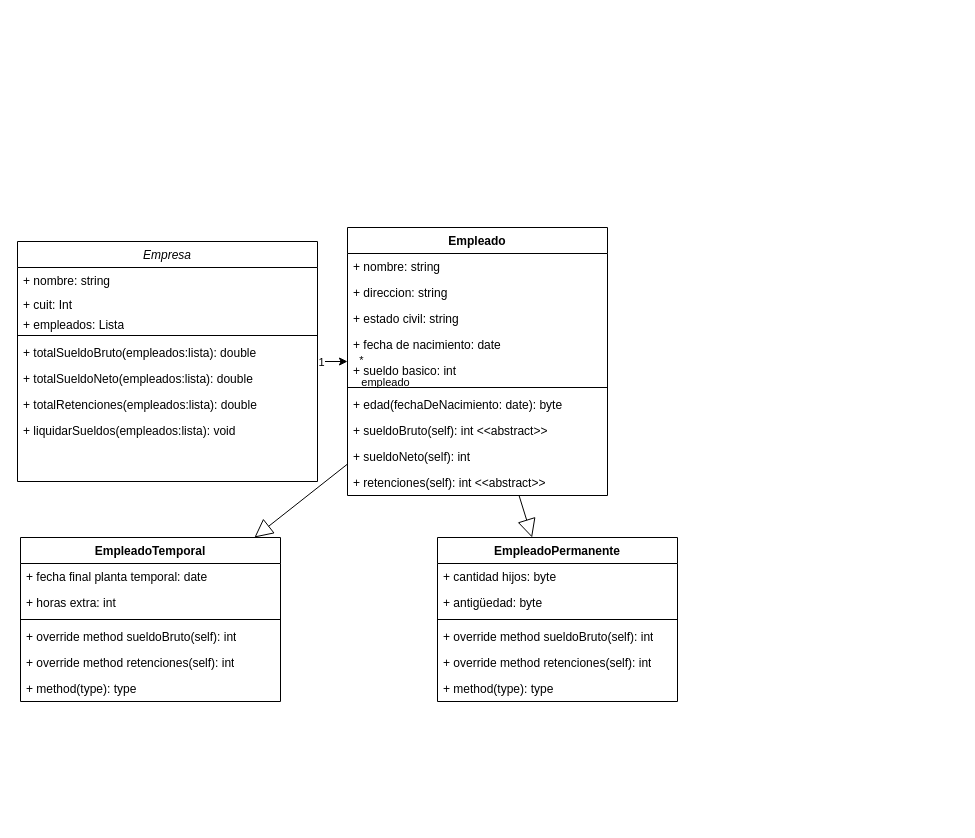
Before: Tp2-Ej1.drawio in Rodriexze/Objetos2, a draw.io diagram. Source tidied: cells renumbered, new cells numbered last; positions are measured from the earlier drawing's top-left corner, leaving out a move shared by most shapes. Both pictures are drawn from the tidied source at 100%, with x=0, y=0 at pixel (17, 227).
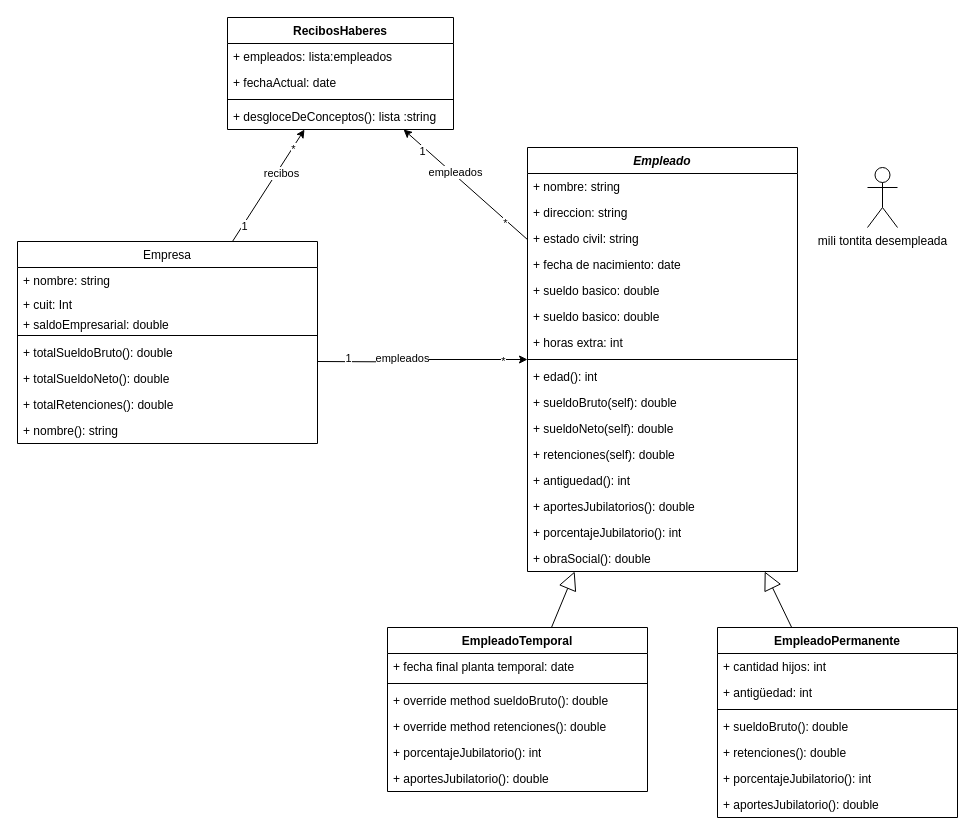
The same page after the edit.

Diff of the diagram source:
```diff
@@
-    <mxCell id="2" style="edgeStyle=orthogonalEdgeStyle;rounded=0;jettySize=auto;html=1;" parent="1" edge="1" source="6" target="15">
-      <mxGeometry relative="1" as="geometry" />
+    <mxCell id="2" style="edgeStyle=orthogonalEdgeStyle;rounded=0;jettySize=auto;html=1;" parent="1" edge="1" target="15">
+      <mxGeometry relative="1" as="geometry">
+        <mxPoint x="300" y="134" as="sourcePoint" />
+      </mxGeometry>
     </mxCell>
-    <mxCell id="3" value="empleado" style="edgeLabel;html=1;align=center;verticalAlign=middle;" parent="2" vertex="1">
+    <mxCell id="3" value="empleados" style="edgeLabel;html=1;align=center;verticalAlign=middle;" parent="2" vertex="1">
       <mxGeometry x="-0.77" relative="1" as="geometry">
-        <mxPoint x="61" y="20" as="offset" />
+        <mxPoint x="61" y="-4" as="offset" />
       </mxGeometry>
     </mxCell>
-    <mxCell id="4" value="*" style="edgeLabel;html=1;align=center;verticalAlign=middle;" parent="2" vertex="1">
-      <mxGeometry x="0.42" y="2" relative="1" as="geometry">
-        <mxPoint x="27" as="offset" />
-      </mxGeometry>
-    </mxCell>
-    <mxCell id="5" value="1" style="edgeLabel;html=1;align=center;verticalAlign=middle;" parent="2" vertex="1">
-      <mxGeometry x="-0.87" relative="1" as="geometry" />
-    </mxCell>
+    <mxCell id="42" value="*" style="edgeLabel;html=1;align=center;verticalAlign=middle;" parent="2" vertex="1">
+      <mxGeometry x="0.77" y="-1" relative="1" as="geometry" />
+    </mxCell>
+    <mxCell id="43" value="1" style="edgeLabel;html=1;align=center;verticalAlign=middle;" parent="2" vertex="1">
+      <mxGeometry x="-0.72" y="4" relative="1" as="geometry" />
+    </mxCell>
-    <mxCell id="6" value="Empresa" style="swimlane;fontStyle=2;align=center;verticalAlign=top;horizontal=1;startSize=26;rounded=0;shadow=0;strokeWidth=1;" parent="1" vertex="1">
-      <mxGeometry y="14" width="300" height="240" as="geometry" />
+    <mxCell id="6" value="Empresa" style="swimlane;fontStyle=0;align=center;verticalAlign=top;horizontal=1;startSize=26;rounded=0;shadow=0;strokeWidth=1;" parent="1" vertex="1">
+      <mxGeometry y="14" width="300" height="202" as="geometry" />
     </mxCell>
@@
-    <mxCell id="9" value="+ empleados: Lista" style="text;strokeColor=none;fillColor=none;align=left;verticalAlign=top;spacingLeft=4;spacingRight=4;overflow=hidden;whiteSpace=wrap;html=1;" parent="6" vertex="1">
-      <mxGeometry y="70" width="300" height="20" as="geometry" />
-    </mxCell>
+    <mxCell id="44" value="+ saldoEmpresarial: double" style="text;strokeColor=none;fillColor=none;align=left;verticalAlign=top;spacingLeft=4;spacingRight=4;overflow=hidden;whiteSpace=wrap;html=1;" parent="6" vertex="1">
+      <mxGeometry y="70" width="300" height="20" as="geometry" />
+    </mxCell>
@@
-    <mxCell id="11" value="+ totalSueldoBruto(empleados:lista): double" style="text;strokeColor=none;fillColor=none;align=left;verticalAlign=top;spacingLeft=4;spacingRight=4;overflow=hidden;whiteSpace=wrap;html=1;" parent="6" vertex="1">
+    <mxCell id="11" value="+ totalSueldoBruto(): double" style="text;strokeColor=none;fillColor=none;align=left;verticalAlign=top;spacingLeft=4;spacingRight=4;overflow=hidden;whiteSpace=wrap;html=1;" parent="6" vertex="1">
       <mxGeometry y="98" width="300" height="26" as="geometry" />
     </mxCell>
-    <mxCell id="12" value="+ totalSueldoNeto(empleados:lista): double" style="text;strokeColor=none;fillColor=none;align=left;verticalAlign=top;spacingLeft=4;spacingRight=4;overflow=hidden;whiteSpace=wrap;html=1;" parent="6" vertex="1">
+    <mxCell id="12" value="+ totalSueldoNeto():&amp;nbsp;&lt;span style=&quot;color: rgb(0, 0, 0);&quot;&gt;double&lt;/span&gt;" style="text;strokeColor=none;fillColor=none;align=left;verticalAlign=top;spacingLeft=4;spacingRight=4;overflow=hidden;whiteSpace=wrap;html=1;" parent="6" vertex="1">
       <mxGeometry y="124" width="300" height="26" as="geometry" />
     </mxCell>
-    <mxCell id="13" value="+ totalRetenciones(empleados:lista): double" style="text;strokeColor=none;fillColor=none;align=left;verticalAlign=top;spacingLeft=4;spacingRight=4;overflow=hidden;whiteSpace=wrap;html=1;" parent="6" vertex="1">
+    <mxCell id="13" value="+ totalRetenciones():&amp;nbsp;&lt;span style=&quot;color: rgb(0, 0, 0);&quot;&gt;double&lt;/span&gt;" style="text;strokeColor=none;fillColor=none;align=left;verticalAlign=top;spacingLeft=4;spacingRight=4;overflow=hidden;whiteSpace=wrap;html=1;" parent="6" vertex="1">
       <mxGeometry y="150" width="300" height="26" as="geometry" />
     </mxCell>
-    <mxCell id="14" value="+ liquidarSueldos(empleados:lista): void" style="text;strokeColor=none;fillColor=none;align=left;verticalAlign=top;spacingLeft=4;spacingRight=4;overflow=hidden;whiteSpace=wrap;html=1;" parent="6" vertex="1">
-      <mxGeometry y="176" width="300" height="26" as="geometry" />
-    </mxCell>
+    <mxCell id="45" value="+ nombre(): string" style="text;strokeColor=none;fillColor=none;align=left;verticalAlign=top;spacingLeft=4;spacingRight=4;overflow=hidden;whiteSpace=wrap;html=1;" parent="6" vertex="1">
+      <mxGeometry y="176" width="300" height="26" as="geometry" />
+    </mxCell>
+    <mxCell id="46" style="edgeStyle=none;html=1;" parent="1" edge="1" source="15" target="59">
+      <mxGeometry relative="1" as="geometry" />
+    </mxCell>
+    <mxCell id="47" value="empleados" style="edgeLabel;html=1;align=center;verticalAlign=middle;" parent="46" vertex="1">
+      <mxGeometry x="0.19" y="-2" relative="1" as="geometry" />
+    </mxCell>
+    <mxCell id="48" value="*" style="edgeLabel;html=1;align=center;verticalAlign=middle;" parent="46" vertex="1">
+      <mxGeometry x="-0.66" y="3" relative="1" as="geometry" />
+    </mxCell>
+    <mxCell id="49" value="1" style="edgeLabel;html=1;align=center;verticalAlign=middle;" parent="46" vertex="1">
+      <mxGeometry x="0.75" y="-4" relative="1" as="geometry">
+        <mxPoint y="11" as="offset" />
+      </mxGeometry>
+    </mxCell>
-    <mxCell id="15" value="Empleado" style="swimlane;fontStyle=1;align=center;verticalAlign=top;horizontal=1;startSize=26;whiteSpace=wrap;html=1;" parent="1" vertex="1">
-      <mxGeometry x="330" width="260" height="268" as="geometry" />
+    <mxCell id="15" value="&lt;i&gt;Empleado&lt;/i&gt;" style="swimlane;fontStyle=1;align=center;verticalAlign=top;horizontal=1;startSize=26;whiteSpace=wrap;html=1;" parent="1" vertex="1">
+      <mxGeometry x="510" y="-80" width="270" height="424" as="geometry" />
     </mxCell>
     <mxCell id="16" value="+ nombre: string" style="text;strokeColor=none;fillColor=none;align=left;verticalAlign=top;spacingLeft=4;spacingRight=4;overflow=hidden;whiteSpace=wrap;html=1;" parent="15" vertex="1">
-      <mxGeometry y="26" width="260" height="26" as="geometry" />
+      <mxGeometry y="26" width="270" height="26" as="geometry" />
     </mxCell>
     <mxCell id="17" value="+ direccion: string" style="text;strokeColor=none;fillColor=none;align=left;verticalAlign=top;spacingLeft=4;spacingRight=4;overflow=hidden;whiteSpace=wrap;html=1;" parent="15" vertex="1">
-      <mxGeometry y="52" width="260" height="26" as="geometry" />
+      <mxGeometry y="52" width="270" height="26" as="geometry" />
     </mxCell>
     <mxCell id="18" value="+ estado civil: string" style="text;strokeColor=none;fillColor=none;align=left;verticalAlign=top;spacingLeft=4;spacingRight=4;overflow=hidden;whiteSpace=wrap;html=1;" parent="15" vertex="1">
-      <mxGeometry y="78" width="260" height="26" as="geometry" />
+      <mxGeometry y="78" width="270" height="26" as="geometry" />
     </mxCell>
     <mxCell id="19" value="+ fecha de nacimiento: date" style="text;strokeColor=none;fillColor=none;align=left;verticalAlign=top;spacingLeft=4;spacingRight=4;overflow=hidden;whiteSpace=wrap;html=1;" parent="15" vertex="1">
-      <mxGeometry y="104" width="260" height="26" as="geometry" />
+      <mxGeometry y="104" width="270" height="26" as="geometry" />
     </mxCell>
+    <mxCell id="50" value="+ sueldo basico:&amp;nbsp;&lt;span style=&quot;color: rgb(0, 0, 0);&quot;&gt;double&lt;/span&gt;" style="text;strokeColor=none;fillColor=none;align=left;verticalAlign=top;spacingLeft=4;spacingRight=4;overflow=hidden;whiteSpace=wrap;html=1;" parent="15" vertex="1">
+      <mxGeometry y="130" width="270" height="26" as="geometry" />
+    </mxCell>
-    <mxCell id="20" value="+ sueldo basico: int" style="text;strokeColor=none;fillColor=none;align=left;verticalAlign=top;spacingLeft=4;spacingRight=4;overflow=hidden;whiteSpace=wrap;html=1;" parent="15" vertex="1">
-      <mxGeometry y="130" width="260" height="26" as="geometry" />
+    <mxCell id="20" value="+ sueldo basico:&amp;nbsp;&lt;span style=&quot;color: rgb(0, 0, 0);&quot;&gt;double&lt;/span&gt;" style="text;strokeColor=none;fillColor=none;align=left;verticalAlign=top;spacingLeft=4;spacingRight=4;overflow=hidden;whiteSpace=wrap;html=1;" parent="15" vertex="1">
+      <mxGeometry y="156" width="270" height="26" as="geometry" />
     </mxCell>
+    <mxCell id="28" value="+ horas extra: int" style="text;strokeColor=none;fillColor=none;align=left;verticalAlign=top;spacingLeft=4;spacingRight=4;overflow=hidden;whiteSpace=wrap;html=1;" parent="15" vertex="1">
+      <mxGeometry y="182" width="270" height="26" as="geometry" />
+    </mxCell>
     <mxCell id="21" style="line;strokeWidth=1;fillColor=none;align=left;verticalAlign=middle;spacingTop=-1;spacingLeft=3;spacingRight=3;labelPosition=right;strokeColor=inherit;" parent="15" vertex="1">
-      <mxGeometry y="156" width="260" height="8" as="geometry" />
+      <mxGeometry y="208" width="270" height="8" as="geometry" />
     </mxCell>
-    <mxCell id="22" value="+ edad(fechaDeNacimiento: date): byte" style="text;strokeColor=none;fillColor=none;align=left;verticalAlign=top;spacingLeft=4;spacingRight=4;overflow=hidden;whiteSpace=wrap;html=1;" parent="15" vertex="1">
-      <mxGeometry y="164" width="260" height="26" as="geometry" />
+    <mxCell id="22" value="+ edad(): int" style="text;strokeColor=none;fillColor=none;align=left;verticalAlign=top;spacingLeft=4;spacingRight=4;overflow=hidden;whiteSpace=wrap;html=1;" parent="15" vertex="1">
+      <mxGeometry y="216" width="270" height="26" as="geometry" />
     </mxCell>
-    <mxCell id="23" value="+ sueldoBruto(self): int &amp;lt;&amp;lt;abstract&amp;gt;&amp;gt;" style="text;strokeColor=none;fillColor=none;align=left;verticalAlign=top;spacingLeft=4;spacingRight=4;overflow=hidden;whiteSpace=wrap;html=1;" parent="15" vertex="1">
-      <mxGeometry y="190" width="260" height="26" as="geometry" />
+    <mxCell id="23" value="+ sueldoBruto(self): double&amp;nbsp;" style="text;strokeColor=none;fillColor=none;align=left;verticalAlign=top;spacingLeft=4;spacingRight=4;overflow=hidden;whiteSpace=wrap;html=1;" parent="15" vertex="1">
+      <mxGeometry y="242" width="270" height="26" as="geometry" />
     </mxCell>
-    <mxCell id="24" value="+ sueldoNeto(self): int&amp;nbsp;" style="text;strokeColor=none;fillColor=none;align=left;verticalAlign=top;spacingLeft=4;spacingRight=4;overflow=hidden;whiteSpace=wrap;html=1;" parent="15" vertex="1">
-      <mxGeometry y="216" width="260" height="26" as="geometry" />
+    <mxCell id="24" value="+ sueldoNeto(self): double" style="text;strokeColor=none;fillColor=none;align=left;verticalAlign=top;spacingLeft=4;spacingRight=4;overflow=hidden;whiteSpace=wrap;html=1;" parent="15" vertex="1">
+      <mxGeometry y="268" width="270" height="26" as="geometry" />
     </mxCell>
-    <mxCell id="25" value="+ retenciones(self): int &amp;lt;&amp;lt;abstract&amp;gt;&amp;gt;" style="text;strokeColor=none;fillColor=none;align=left;verticalAlign=top;spacingLeft=4;spacingRight=4;overflow=hidden;whiteSpace=wrap;html=1;" parent="15" vertex="1">
-      <mxGeometry y="242" width="260" height="26" as="geometry" />
+    <mxCell id="25" value="+ retenciones(self): double&amp;nbsp;" style="text;strokeColor=none;fillColor=none;align=left;verticalAlign=top;spacingLeft=4;spacingRight=4;overflow=hidden;whiteSpace=wrap;html=1;" parent="15" vertex="1">
+      <mxGeometry y="294" width="270" height="26" as="geometry" />
     </mxCell>
+    <mxCell id="51" value="+ antiguedad(): int&amp;nbsp;" style="text;strokeColor=none;fillColor=none;align=left;verticalAlign=top;spacingLeft=4;spacingRight=4;overflow=hidden;whiteSpace=wrap;html=1;" parent="15" vertex="1">
+      <mxGeometry y="320" width="270" height="26" as="geometry" />
+    </mxCell>
+    <mxCell id="52" value="+ aportesJubilatorios(): double" style="text;strokeColor=none;fillColor=none;align=left;verticalAlign=top;spacingLeft=4;spacingRight=4;overflow=hidden;whiteSpace=wrap;html=1;" parent="15" vertex="1">
+      <mxGeometry y="346" width="270" height="26" as="geometry" />
+    </mxCell>
+    <mxCell id="53" value="+ porcentajeJubilatorio(): int" style="text;strokeColor=none;fillColor=none;align=left;verticalAlign=top;spacingLeft=4;spacingRight=4;overflow=hidden;whiteSpace=wrap;html=1;" parent="15" vertex="1">
+      <mxGeometry y="372" width="270" height="26" as="geometry" />
+    </mxCell>
+    <mxCell id="54" value="+ obraSocial(): double" style="text;strokeColor=none;fillColor=none;align=left;verticalAlign=top;spacingLeft=4;spacingRight=4;overflow=hidden;whiteSpace=wrap;html=1;" parent="15" vertex="1">
+      <mxGeometry y="398" width="270" height="26" as="geometry" />
+    </mxCell>
     <mxCell id="26" value="EmpleadoTemporal" style="swimlane;fontStyle=1;align=center;verticalAlign=top;horizontal=1;startSize=26;whiteSpace=wrap;html=1;" parent="1" vertex="1">
-      <mxGeometry x="3" y="310" width="260" height="164" as="geometry" />
+      <mxGeometry x="370" y="400" width="260" height="164" as="geometry" />
     </mxCell>
@@
-    <mxCell id="28" value="+ horas extra: int" style="text;strokeColor=none;fillColor=none;align=left;verticalAlign=top;spacingLeft=4;spacingRight=4;overflow=hidden;whiteSpace=wrap;html=1;" parent="26" vertex="1">
-      <mxGeometry y="52" width="260" height="26" as="geometry" />
-    </mxCell>
     <mxCell id="29" style="line;strokeWidth=1;fillColor=none;align=left;verticalAlign=middle;spacingTop=-1;spacingLeft=3;spacingRight=3;labelPosition=right;strokeColor=inherit;" parent="26" vertex="1">
-      <mxGeometry y="78" width="260" height="8" as="geometry" />
+      <mxGeometry y="52" width="260" height="8" as="geometry" />
     </mxCell>
-    <mxCell id="30" value="+ override method sueldoBruto(self): int" style="text;strokeColor=none;fillColor=none;align=left;verticalAlign=top;spacingLeft=4;spacingRight=4;overflow=hidden;whiteSpace=wrap;html=1;" parent="26" vertex="1">
-      <mxGeometry y="86" width="260" height="26" as="geometry" />
+    <mxCell id="30" value="+ override method sueldoBruto(): double" style="text;strokeColor=none;fillColor=none;align=left;verticalAlign=top;spacingLeft=4;spacingRight=4;overflow=hidden;whiteSpace=wrap;html=1;" parent="26" vertex="1">
+      <mxGeometry y="60" width="260" height="26" as="geometry" />
     </mxCell>
-    <mxCell id="31" value="+ override method retenciones(self): int" style="text;strokeColor=none;fillColor=none;align=left;verticalAlign=top;spacingLeft=4;spacingRight=4;overflow=hidden;whiteSpace=wrap;html=1;" parent="26" vertex="1">
-      <mxGeometry y="112" width="260" height="26" as="geometry" />
+    <mxCell id="31" value="+ override method retenciones(): double" style="text;strokeColor=none;fillColor=none;align=left;verticalAlign=top;spacingLeft=4;spacingRight=4;overflow=hidden;whiteSpace=wrap;html=1;" parent="26" vertex="1">
+      <mxGeometry y="86" width="260" height="26" as="geometry" />
     </mxCell>
-    <mxCell id="32" value="+ method(type): type" style="text;strokeColor=none;fillColor=none;align=left;verticalAlign=top;spacingLeft=4;spacingRight=4;overflow=hidden;whiteSpace=wrap;html=1;" parent="26" vertex="1">
-      <mxGeometry y="138" width="260" height="26" as="geometry" />
+    <mxCell id="32" value="+ porcentajeJubilatorio(): int" style="text;strokeColor=none;fillColor=none;align=left;verticalAlign=top;spacingLeft=4;spacingRight=4;overflow=hidden;whiteSpace=wrap;html=1;" parent="26" vertex="1">
+      <mxGeometry y="112" width="260" height="26" as="geometry" />
     </mxCell>
+    <mxCell id="55" value="+ aportesJubilatorio(): double" style="text;strokeColor=none;fillColor=none;align=left;verticalAlign=top;spacingLeft=4;spacingRight=4;overflow=hidden;whiteSpace=wrap;html=1;" parent="26" vertex="1">
+      <mxGeometry y="138" width="260" height="26" as="geometry" />
+    </mxCell>
     <mxCell id="33" value="EmpleadoPermanente" style="swimlane;fontStyle=1;align=center;verticalAlign=top;horizontal=1;startSize=26;whiteSpace=wrap;html=1;" parent="1" vertex="1">
-      <mxGeometry x="420" y="310" width="240" height="164" as="geometry" />
+      <mxGeometry x="700" y="400" width="240" height="190" as="geometry" />
     </mxCell>
-    <mxCell id="34" value="+ cantidad hijos: byte" style="text;strokeColor=none;fillColor=none;align=left;verticalAlign=top;spacingLeft=4;spacingRight=4;overflow=hidden;whiteSpace=wrap;html=1;" parent="33" vertex="1">
+    <mxCell id="34" value="+ cantidad hijos: int" style="text;strokeColor=none;fillColor=none;align=left;verticalAlign=top;spacingLeft=4;spacingRight=4;overflow=hidden;whiteSpace=wrap;html=1;" parent="33" vertex="1">
       <mxGeometry y="26" width="240" height="26" as="geometry" />
     </mxCell>
-    <mxCell id="35" value="+ antigüedad: byte" style="text;strokeColor=none;fillColor=none;align=left;verticalAlign=top;spacingLeft=4;spacingRight=4;overflow=hidden;whiteSpace=wrap;html=1;" parent="33" vertex="1">
+    <mxCell id="35" value="+ antigüedad: int" style="text;strokeColor=none;fillColor=none;align=left;verticalAlign=top;spacingLeft=4;spacingRight=4;overflow=hidden;whiteSpace=wrap;html=1;" parent="33" vertex="1">
       <mxGeometry y="52" width="240" height="26" as="geometry" />
     </mxCell>
@@
-    <mxCell id="37" value="+ override method sueldoBruto(self): int" style="text;strokeColor=none;fillColor=none;align=left;verticalAlign=top;spacingLeft=4;spacingRight=4;overflow=hidden;whiteSpace=wrap;html=1;" parent="33" vertex="1">
+    <mxCell id="37" value="+ sueldoBruto(): double" style="text;strokeColor=none;fillColor=none;align=left;verticalAlign=top;spacingLeft=4;spacingRight=4;overflow=hidden;whiteSpace=wrap;html=1;" parent="33" vertex="1">
       <mxGeometry y="86" width="240" height="26" as="geometry" />
     </mxCell>
-    <mxCell id="38" value="+ override method retenciones(self): int" style="text;strokeColor=none;fillColor=none;align=left;verticalAlign=top;spacingLeft=4;spacingRight=4;overflow=hidden;whiteSpace=wrap;html=1;" parent="33" vertex="1">
+    <mxCell id="38" value="+ retenciones(): double" style="text;strokeColor=none;fillColor=none;align=left;verticalAlign=top;spacingLeft=4;spacingRight=4;overflow=hidden;whiteSpace=wrap;html=1;" parent="33" vertex="1">
       <mxGeometry y="112" width="240" height="26" as="geometry" />
     </mxCell>
-    <mxCell id="39" value="+ method(type): type" style="text;strokeColor=none;fillColor=none;align=left;verticalAlign=top;spacingLeft=4;spacingRight=4;overflow=hidden;whiteSpace=wrap;html=1;" parent="33" vertex="1">
+    <mxCell id="39" value="+ porcentajeJubilatorio(): int" style="text;strokeColor=none;fillColor=none;align=left;verticalAlign=top;spacingLeft=4;spacingRight=4;overflow=hidden;whiteSpace=wrap;html=1;" parent="33" vertex="1">
       <mxGeometry y="138" width="240" height="26" as="geometry" />
     </mxCell>
-    <mxCell id="40" style="endArrow=block;endSize=16;endFill=0;html=1;rounded=0;" parent="1" edge="1" source="15" target="26">
-      <mxGeometry relative="1" as="geometry" />
-    </mxCell>
-    <mxCell id="41" style="endArrow=block;endSize=16;endFill=0;html=1;rounded=0;" parent="1" edge="1" source="15" target="33">
-      <mxGeometry relative="1" as="geometry" />
-    </mxCell>
+    <mxCell id="56" value="+ aportesJubilatorio(): double" style="text;strokeColor=none;fillColor=none;align=left;verticalAlign=top;spacingLeft=4;spacingRight=4;overflow=hidden;whiteSpace=wrap;html=1;" parent="33" vertex="1">
+      <mxGeometry y="164" width="240" height="26" as="geometry" />
+    </mxCell>
+    <mxCell id="57" style="endArrow=block;endSize=16;endFill=0;html=1;" parent="1" edge="1" source="33" target="15">
+      <mxGeometry x="0.4" y="35" relative="1" as="geometry" />
+    </mxCell>
+    <mxCell id="58" style="endArrow=block;endSize=16;endFill=0;html=1;" parent="1" edge="1" source="26" target="15">
+      <mxGeometry x="0.4" y="35" relative="1" as="geometry" />
+    </mxCell>
+    <mxCell id="59" value="RecibosHaberes" style="swimlane;fontStyle=1;align=center;verticalAlign=top;horizontal=1;startSize=26;whiteSpace=wrap;html=1;" parent="1" vertex="1">
+      <mxGeometry x="210" y="-210" width="226" height="112" as="geometry" />
+    </mxCell>
+    <mxCell id="60" value="+ empleados: lista:empleados" style="text;strokeColor=none;fillColor=none;align=left;verticalAlign=top;spacingLeft=4;spacingRight=4;overflow=hidden;whiteSpace=wrap;html=1;" parent="59" vertex="1">
+      <mxGeometry y="26" width="226" height="26" as="geometry" />
+    </mxCell>
+    <mxCell id="61" value="+ fechaActual: date" style="text;strokeColor=none;fillColor=none;align=left;verticalAlign=top;spacingLeft=4;spacingRight=4;overflow=hidden;whiteSpace=wrap;html=1;" parent="59" vertex="1">
+      <mxGeometry y="52" width="226" height="26" as="geometry" />
+    </mxCell>
+    <mxCell id="62" style="line;strokeWidth=1;fillColor=none;align=left;verticalAlign=middle;spacingTop=-1;spacingLeft=3;spacingRight=3;labelPosition=right;strokeColor=inherit;" parent="59" vertex="1">
+      <mxGeometry y="78" width="226" height="8" as="geometry" />
+    </mxCell>
+    <mxCell id="63" value="+ desgloceDeConceptos(): lista :string" style="text;strokeColor=none;fillColor=none;align=left;verticalAlign=top;spacingLeft=4;spacingRight=4;overflow=hidden;whiteSpace=wrap;html=1;" parent="59" vertex="1">
+      <mxGeometry y="86" width="226" height="26" as="geometry" />
+    </mxCell>
+    <mxCell id="64" style="edgeStyle=none;html=1;" parent="1" edge="1" source="6" target="59">
+      <mxGeometry relative="1" as="geometry" />
+    </mxCell>
+    <mxCell id="65" value="1" style="edgeLabel;html=1;align=center;verticalAlign=middle;" parent="64" vertex="1">
+      <mxGeometry x="-0.72" y="-1" relative="1" as="geometry" />
+    </mxCell>
+    <mxCell id="66" value="*" style="edgeLabel;html=1;align=center;verticalAlign=middle;" parent="64" vertex="1">
+      <mxGeometry x="0.67" y="-1" relative="1" as="geometry" />
+    </mxCell>
+    <mxCell id="67" value="recibos" style="edgeLabel;html=1;align=center;verticalAlign=middle;" parent="64" vertex="1">
+      <mxGeometry x="0.13" y="1" relative="1" as="geometry">
+        <mxPoint x="9" y="-5" as="offset" />
+      </mxGeometry>
+    </mxCell>
+    <mxCell id="68" value="mili tontita desempleada" style="shape=umlActor;verticalLabelPosition=bottom;verticalAlign=top;html=1;" parent="1" vertex="1">
+      <mxGeometry x="850" y="-60" width="30" height="60" as="geometry" />
+    </mxCell>
```
